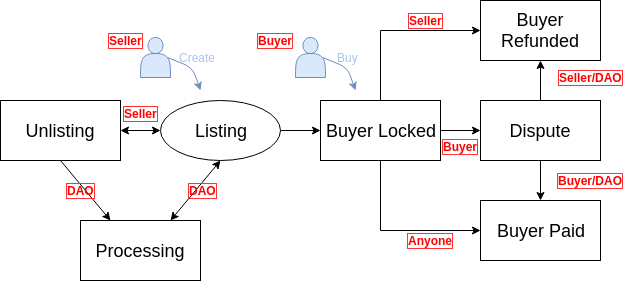
Above: docs/MPflowchart.png in CyberMiles/marketplace (draw.io), before the change. Source tidied: cells renumbered, new cells last; positions are measured from the earlier drawing's top-left corner, leaving out a move shared by most shapes. Its diagram source:
```xml
<mxGraphModel>
  <root>
    <mxCell id="0" />
    <mxCell id="1" parent="0" />
    <mxCell id="2" style="edgeStyle=orthogonalEdgeStyle;rounded=0;jettySize=auto;html=1;" parent="1" edge="1" source="3" target="7">
      <mxGeometry relative="1" as="geometry" />
    </mxCell>
    <mxCell id="3" value="&lt;font style=&quot;font-size: 18px&quot;&gt;Listing&lt;/font&gt;" style="ellipse;whiteSpace=wrap;html=1;" parent="1" vertex="1">
      <mxGeometry x="160" y="100" width="120" height="60" as="geometry" />
    </mxCell>
    <mxCell id="4" style="edgeStyle=orthogonalEdgeStyle;rounded=0;jettySize=auto;html=1;" parent="1" edge="1" source="7" target="12">
      <mxGeometry relative="1" as="geometry" />
    </mxCell>
    <mxCell id="5" style="edgeStyle=orthogonalEdgeStyle;rounded=0;jettySize=auto;html=1;entryX=0;entryY=0.5;entryDx=0;entryDy=0;" parent="1" edge="1" source="7" target="13">
      <mxGeometry relative="1" as="geometry">
        <Array as="points">
          <mxPoint x="380" y="30" />
        </Array>
      </mxGeometry>
    </mxCell>
    <mxCell id="6" style="edgeStyle=orthogonalEdgeStyle;rounded=0;jettySize=auto;html=1;entryX=0;entryY=0.5;entryDx=0;entryDy=0;" parent="1" edge="1" source="7" target="14">
      <mxGeometry relative="1" as="geometry">
        <Array as="points">
          <mxPoint x="380" y="230" />
        </Array>
      </mxGeometry>
    </mxCell>
    <mxCell id="7" value="&lt;font style=&quot;font-size: 18px&quot;&gt;Buyer Locked&lt;/font&gt;" style="rounded=0;whiteSpace=wrap;html=1;" parent="1" vertex="1">
      <mxGeometry x="320" y="100" width="120" height="60" as="geometry" />
    </mxCell>
    <mxCell id="8" value="&lt;font style=&quot;font-size: 18px&quot;&gt;Unlisting&lt;/font&gt;" style="rounded=0;whiteSpace=wrap;html=1;" parent="1" vertex="1">
      <mxGeometry y="100" width="120" height="60" as="geometry" />
    </mxCell>
    <mxCell id="9" value="&lt;font style=&quot;font-size: 18px&quot;&gt;Processing&lt;/font&gt;&lt;span style=&quot;font-family: &amp;#34;helvetica&amp;#34; , &amp;#34;arial&amp;#34; , sans-serif ; font-size: 0px ; white-space: nowrap&quot;&gt;%3CmxGraphModel%3E%3Croot%3E%3CmxCell%20id%3D%220%22%2F%3E%3CmxCell%20id%3D%221%22%20parent%3D%220%22%2F%3E%3CmxCell%20id%3D%222%22%20value%3D%22%26lt%3Bfont%20style%3D%26quot%3Bfont-size%3A%2018px%26quot%3B%26gt%3BBuyer%20Locked%26lt%3B%2Ffont%26gt%3B%22%20style%3D%22rounded%3D0%3BwhiteSpace%3Dwrap%3Bhtml%3D1%3B%22%20vertex%3D%221%22%20parent%3D%221%22%3E%3CmxGeometry%20x%3D%22320%22%20y%3D%22280%22%20width%3D%22120%22%20height%3D%2260%22%20as%3D%22geometry%22%2F%3E%3C%2FmxCell%3E%3C%2Froot%3E%3C%2FmxGraphModel%3E&lt;/span&gt;" style="rounded=0;whiteSpace=wrap;html=1;" parent="1" vertex="1">
      <mxGeometry x="80" y="220" width="120" height="60" as="geometry" />
    </mxCell>
    <mxCell id="10" style="edgeStyle=orthogonalEdgeStyle;rounded=0;jettySize=auto;html=1;" parent="1" edge="1" source="12" target="14">
      <mxGeometry relative="1" as="geometry" />
    </mxCell>
    <mxCell id="11" style="edgeStyle=orthogonalEdgeStyle;rounded=0;jettySize=auto;html=1;" parent="1" edge="1" source="12" target="13">
      <mxGeometry relative="1" as="geometry" />
    </mxCell>
    <mxCell id="12" value="&lt;font style=&quot;font-size: 18px&quot;&gt;Dispute&lt;/font&gt;" style="rounded=0;whiteSpace=wrap;html=1;" parent="1" vertex="1">
      <mxGeometry x="480" y="100" width="120" height="60" as="geometry" />
    </mxCell>
    <mxCell id="13" value="&lt;font style=&quot;font-size: 18px&quot;&gt;Buyer Refunded&lt;/font&gt;" style="rounded=0;whiteSpace=wrap;html=1;" parent="1" vertex="1">
      <mxGeometry x="480" width="120" height="60" as="geometry" />
    </mxCell>
    <mxCell id="14" value="&lt;font style=&quot;font-size: 18px&quot;&gt;Buyer Paid&lt;/font&gt;" style="rounded=0;whiteSpace=wrap;html=1;" parent="1" vertex="1">
      <mxGeometry x="480" y="200" width="120" height="60" as="geometry" />
    </mxCell>
    <mxCell id="15" style="endArrow=classic;startArrow=classic;html=1;" parent="1" edge="1" source="8">
      <mxGeometry relative="1" as="geometry">
        <mxPoint x="160" y="130" as="targetPoint" />
      </mxGeometry>
    </mxCell>
    <mxCell id="16" style="endArrow=classic;startArrow=classic;html=1;exitX=0.75;exitY=0;exitDx=0;exitDy=0;entryX=0.5;entryY=1;entryDx=0;entryDy=0;" parent="1" edge="1" source="9" target="3">
      <mxGeometry relative="1" as="geometry" />
    </mxCell>
    <mxCell id="17" style="endArrow=classic;html=1;exitX=0.5;exitY=1;exitDx=0;exitDy=0;entryX=0.25;entryY=0;entryDx=0;entryDy=0;" parent="1" edge="1" source="8" target="9">
      <mxGeometry relative="1" as="geometry" />
    </mxCell>
    <mxCell id="18" style="shape=actor;whiteSpace=wrap;html=1;fillColor=#dae8fc;strokeColor=#6c8ebf;" parent="1" vertex="1">
      <mxGeometry x="140" y="37" width="30" height="40" as="geometry" />
    </mxCell>
    <mxCell id="19" style="endArrow=classic;html=1;exitX=0.9;exitY=0.5;exitDx=0;exitDy=0;exitPerimeter=0;fillColor=#dae8fc;strokeColor=#6c8ebf;" parent="1" edge="1" source="18">
      <mxGeometry relative="1" as="geometry">
        <mxPoint x="200" y="90" as="targetPoint" />
        <Array as="points">
          <mxPoint x="192" y="67" />
        </Array>
      </mxGeometry>
    </mxCell>
    <mxCell id="20" value="&lt;font color=&quot;#a9c4eb&quot;&gt;Create&lt;/font&gt;" style="text;html=1;align=center;verticalAlign=middle;fillColor=none;strokeColor=none;rounded=0;" parent="1" vertex="1">
      <mxGeometry x="172" y="47" width="50" height="20" as="geometry" />
    </mxCell>
    <mxCell id="21" value="&lt;b&gt;&lt;font color=&quot;#ff0000&quot;&gt;Seller&lt;/font&gt;&lt;/b&gt;" style="text;html=1;align=center;verticalAlign=middle;fillColor=none;strokeColor=none;rounded=0;labelBorderColor=#FF3333;direction=east;" parent="1" vertex="1">
      <mxGeometry x="100" y="30" width="50" height="20" as="geometry" />
    </mxCell>
    <mxCell id="22" style="shape=actor;whiteSpace=wrap;html=1;fillColor=#dae8fc;strokeColor=#6c8ebf;" parent="1" vertex="1">
      <mxGeometry x="295" y="37" width="30" height="40" as="geometry" />
    </mxCell>
    <mxCell id="23" style="endArrow=classic;html=1;exitX=0.9;exitY=0.5;exitDx=0;exitDy=0;exitPerimeter=0;fillColor=#dae8fc;strokeColor=#6c8ebf;" parent="1" edge="1" source="22">
      <mxGeometry relative="1" as="geometry">
        <mxPoint x="355" y="90" as="targetPoint" />
        <Array as="points">
          <mxPoint x="347" y="67" />
        </Array>
      </mxGeometry>
    </mxCell>
    <mxCell id="24" value="&lt;font color=&quot;#a9c4eb&quot;&gt;Buy&lt;/font&gt;" style="text;html=1;align=center;verticalAlign=middle;fillColor=none;strokeColor=none;rounded=0;" parent="1" vertex="1">
      <mxGeometry x="327" y="47" width="40" height="20" as="geometry" />
    </mxCell>
    <mxCell id="25" value="&lt;b&gt;&lt;font color=&quot;#ff0000&quot;&gt;Buyer&lt;/font&gt;&lt;/b&gt;" style="text;html=1;align=center;verticalAlign=middle;fillColor=none;strokeColor=none;rounded=0;labelBorderColor=#FF3333;direction=east;" parent="1" vertex="1">
      <mxGeometry x="249.5" y="30" width="50" height="20" as="geometry" />
    </mxCell>
    <mxCell id="26" value="&lt;b&gt;&lt;font color=&quot;#ff0000&quot;&gt;Buyer&lt;/font&gt;&lt;/b&gt;" style="text;html=1;align=center;verticalAlign=middle;fillColor=none;strokeColor=none;rounded=0;labelBorderColor=#FF3333;direction=east;" parent="1" vertex="1">
      <mxGeometry x="435" y="136" width="50" height="20" as="geometry" />
    </mxCell>
    <mxCell id="27" value="&lt;b&gt;&lt;font color=&quot;#ff0000&quot;&gt;DAO&lt;/font&gt;&lt;/b&gt;" style="text;html=1;align=center;verticalAlign=middle;fillColor=none;strokeColor=none;rounded=0;labelBorderColor=#FF3333;direction=east;" parent="1" vertex="1">
      <mxGeometry x="182" y="180" width="40" height="20" as="geometry" />
    </mxCell>
    <mxCell id="28" value="&lt;b&gt;&lt;font color=&quot;#ff0000&quot;&gt;DAO&lt;/font&gt;&lt;/b&gt;" style="text;html=1;align=center;verticalAlign=middle;fillColor=none;strokeColor=none;rounded=0;labelBorderColor=#FF3333;direction=east;" parent="1" vertex="1">
      <mxGeometry x="60" y="180" width="40" height="20" as="geometry" />
    </mxCell>
    <mxCell id="29" value="&lt;b&gt;&lt;font color=&quot;#ff0000&quot;&gt;Seller&lt;/font&gt;&lt;/b&gt;" style="text;html=1;align=center;verticalAlign=middle;fillColor=none;strokeColor=none;rounded=0;labelBorderColor=#FF3333;direction=east;" parent="1" vertex="1">
      <mxGeometry x="115" y="103" width="50" height="20" as="geometry" />
    </mxCell>
    <mxCell id="30" value="&lt;b&gt;&lt;font color=&quot;#ff0000&quot;&gt;Seller&lt;/font&gt;&lt;/b&gt;" style="text;html=1;align=center;verticalAlign=middle;fillColor=none;strokeColor=none;rounded=0;labelBorderColor=#FF3333;direction=east;" parent="1" vertex="1">
      <mxGeometry x="400" y="10" width="50" height="20" as="geometry" />
    </mxCell>
    <mxCell id="31" value="&lt;b&gt;&lt;font color=&quot;#ff0000&quot;&gt;Anyone&lt;/font&gt;&lt;/b&gt;" style="text;html=1;align=center;verticalAlign=middle;fillColor=none;strokeColor=none;rounded=0;labelBorderColor=#FF3333;direction=east;" parent="1" vertex="1">
      <mxGeometry x="400" y="230" width="60" height="20" as="geometry" />
    </mxCell>
    <mxCell id="32" value="&lt;b&gt;&lt;font color=&quot;#ff0000&quot;&gt;Buyer/DAO&lt;/font&gt;&lt;/b&gt;" style="text;html=1;align=center;verticalAlign=middle;fillColor=none;strokeColor=none;rounded=0;labelBorderColor=#FF3333;direction=east;" parent="1" vertex="1">
      <mxGeometry x="550" y="170" width="80" height="20" as="geometry" />
    </mxCell>
    <mxCell id="33" value="&lt;b&gt;&lt;font color=&quot;#ff0000&quot;&gt;Seller/DAO&lt;/font&gt;&lt;/b&gt;" style="text;html=1;align=center;verticalAlign=middle;fillColor=none;strokeColor=none;rounded=0;labelBorderColor=#FF3333;direction=east;" parent="1" vertex="1">
      <mxGeometry x="550" y="67" width="80" height="20" as="geometry" />
    </mxCell>
  </root>
</mxGraphModel>
```
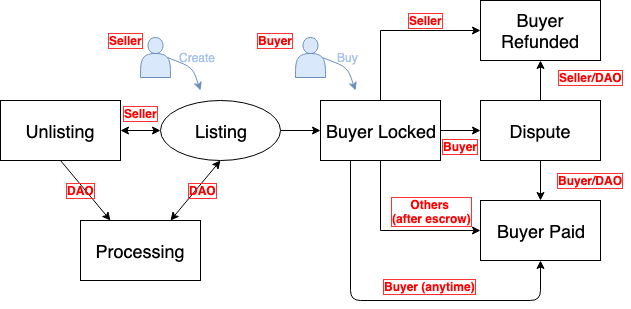
The same diagram one commit later.

The edit, as a diff of the source:
```diff
@@ -109,8 +109,8 @@
     <mxCell id="30" value="&lt;b&gt;&lt;font color=&quot;#ff0000&quot;&gt;Seller&lt;/font&gt;&lt;/b&gt;" style="text;html=1;align=center;verticalAlign=middle;fillColor=none;strokeColor=none;rounded=0;labelBorderColor=#FF3333;direction=east;" parent="1" vertex="1">
       <mxGeometry x="400" y="10" width="50" height="20" as="geometry" />
     </mxCell>
-    <mxCell id="31" value="&lt;b&gt;&lt;font color=&quot;#ff0000&quot;&gt;Anyone&lt;/font&gt;&lt;/b&gt;" style="text;html=1;align=center;verticalAlign=middle;fillColor=none;strokeColor=none;rounded=0;labelBorderColor=#FF3333;direction=east;" parent="1" vertex="1">
-      <mxGeometry x="400" y="230" width="60" height="20" as="geometry" />
+    <mxCell id="31" value="&lt;b&gt;&lt;font color=&quot;#ff0000&quot;&gt;Others &lt;br&gt;(after escrow)&lt;/font&gt;&lt;/b&gt;" style="text;html=1;align=center;verticalAlign=middle;fillColor=none;strokeColor=none;rounded=0;labelBorderColor=#FF3333;direction=east;" parent="1" vertex="1">
+      <mxGeometry x="386" y="196" width="90" height="30" as="geometry" />
     </mxCell>
     <mxCell id="32" value="&lt;b&gt;&lt;font color=&quot;#ff0000&quot;&gt;Buyer/DAO&lt;/font&gt;&lt;/b&gt;" style="text;html=1;align=center;verticalAlign=middle;fillColor=none;strokeColor=none;rounded=0;labelBorderColor=#FF3333;direction=east;" parent="1" vertex="1">
       <mxGeometry x="550" y="170" width="80" height="20" as="geometry" />
@@ -118,5 +118,16 @@
     <mxCell id="33" value="&lt;b&gt;&lt;font color=&quot;#ff0000&quot;&gt;Seller/DAO&lt;/font&gt;&lt;/b&gt;" style="text;html=1;align=center;verticalAlign=middle;fillColor=none;strokeColor=none;rounded=0;labelBorderColor=#FF3333;direction=east;" parent="1" vertex="1">
       <mxGeometry x="550" y="67" width="80" height="20" as="geometry" />
     </mxCell>
+    <mxCell id="34" style="endArrow=classic;html=1;exitX=0.25;exitY=1;exitDx=0;exitDy=0;entryX=0.5;entryY=1;entryDx=0;entryDy=0;" parent="1" edge="1" source="7" target="14">
+      <mxGeometry relative="1" as="geometry">
+        <Array as="points">
+          <mxPoint x="350" y="300" />
+          <mxPoint x="540" y="300" />
+        </Array>
+      </mxGeometry>
+    </mxCell>
+    <mxCell id="35" value="&lt;b&gt;&lt;font color=&quot;#ff0000&quot;&gt;Buyer (anytime)&lt;/font&gt;&lt;/b&gt;" style="text;html=1;align=center;verticalAlign=middle;fillColor=none;strokeColor=none;rounded=0;labelBorderColor=#FF3333;direction=east;" parent="1" vertex="1">
+      <mxGeometry x="374" y="276" width="110" height="20" as="geometry" />
+    </mxCell>
   </root>
 </mxGraphModel>
```
